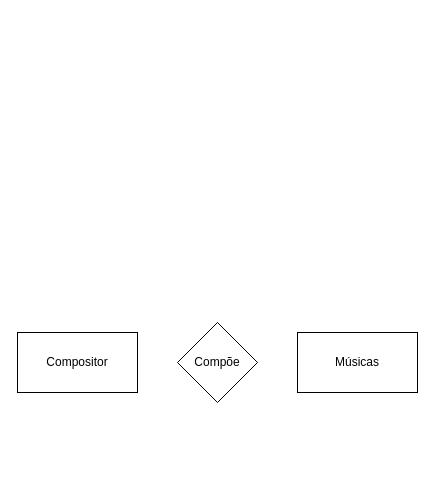
Earlier version of the draw.io diagram Lista3_11-04/Ex1.drawio (andreeeeeeeee/Engenharia_Software). Source tidied: cells renumbered, new cells numbered last; positions are measured from the earlier drawing's top-left corner, leaving out a move shared by most shapes. Both pictures are drawn from the tidied source at 100%, with x=0, y=0 at pixel (17, 322).
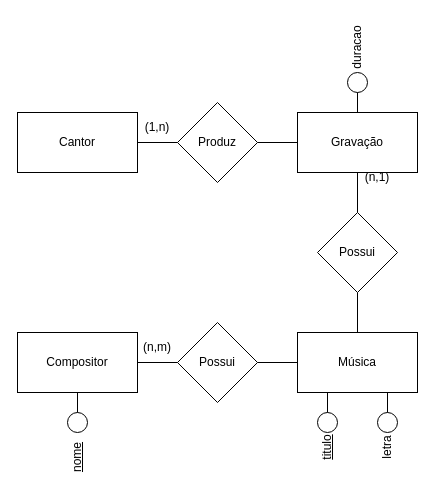
Above is the later version.

The change refers to these unchanged cells:
```xml
<mxCell id="2" value="Compositor" style="rounded=0;whiteSpace=wrap;html=1;" parent="1" vertex="1">
  <mxGeometry y="10" width="120" height="60" as="geometry" />
</mxCell>
```

Diff of the diagram source:
```diff
@@
-    <mxCell id="3" value="Compõe" style="rhombus;whiteSpace=wrap;html=1;" parent="1" vertex="1">
+    <mxCell id="3" value="Possui" style="rhombus;whiteSpace=wrap;html=1;" parent="1" vertex="1">
       <mxGeometry x="160" width="80" height="80" as="geometry" />
     </mxCell>
-    <mxCell id="4" value="Músicas" style="rounded=0;whiteSpace=wrap;html=1;" parent="1" vertex="1">
+    <mxCell id="4" value="Música" style="rounded=0;whiteSpace=wrap;html=1;" parent="1" vertex="1">
       <mxGeometry x="280" y="10" width="120" height="60" as="geometry" />
     </mxCell>
+    <mxCell id="5" value="Possui" style="rhombus;whiteSpace=wrap;html=1;" parent="1" vertex="1">
+      <mxGeometry x="300" y="-110" width="80" height="80" as="geometry" />
+    </mxCell>
+    <mxCell id="6" value="Gravação" style="rounded=0;whiteSpace=wrap;html=1;" parent="1" vertex="1">
+      <mxGeometry x="280" y="-210" width="120" height="60" as="geometry" />
+    </mxCell>
+    <mxCell id="7" value="Produz" style="rhombus;whiteSpace=wrap;html=1;" parent="1" vertex="1">
+      <mxGeometry x="160" y="-220" width="80" height="80" as="geometry" />
+    </mxCell>
+    <mxCell id="8" value="Cantor" style="rounded=0;whiteSpace=wrap;html=1;" parent="1" vertex="1">
+      <mxGeometry y="-210" width="120" height="60" as="geometry" />
+    </mxCell>
+    <mxCell id="9" style="endArrow=none;html=1;rounded=0;entryX=0;entryY=0.5;entryDx=0;entryDy=0;exitX=1;exitY=0.5;exitDx=0;exitDy=0;" parent="1" edge="1" source="8" target="7">
+      <mxGeometry relative="1" as="geometry" />
+    </mxCell>
+    <mxCell id="10" style="endArrow=none;html=1;rounded=0;exitX=1;exitY=0.5;exitDx=0;exitDy=0;" parent="1" edge="1" source="7">
+      <mxGeometry relative="1" as="geometry">
+        <mxPoint x="280" y="-180" as="targetPoint" />
+      </mxGeometry>
+    </mxCell>
+    <mxCell id="11" style="endArrow=none;html=1;rounded=0;entryX=0.5;entryY=0;entryDx=0;entryDy=0;exitX=0.5;exitY=1;exitDx=0;exitDy=0;" parent="1" edge="1" source="6" target="5">
+      <mxGeometry relative="1" as="geometry" />
+    </mxCell>
+    <mxCell id="12" style="endArrow=none;html=1;rounded=0;entryX=0.5;entryY=1;entryDx=0;entryDy=0;exitX=0.5;exitY=0;exitDx=0;exitDy=0;" parent="1" edge="1" source="4" target="5">
+      <mxGeometry relative="1" as="geometry" />
+    </mxCell>
+    <mxCell id="13" style="endArrow=none;html=1;rounded=0;exitX=1;exitY=0.5;exitDx=0;exitDy=0;entryX=0;entryY=0.5;entryDx=0;entryDy=0;" parent="1" edge="1" source="2" target="3">
+      <mxGeometry relative="1" as="geometry" />
+    </mxCell>
+    <mxCell id="14" style="endArrow=none;html=1;rounded=0;exitX=1;exitY=0.5;exitDx=0;exitDy=0;entryX=0;entryY=0.5;entryDx=0;entryDy=0;" parent="1" edge="1" source="3" target="4">
+      <mxGeometry relative="1" as="geometry" />
+    </mxCell>
+    <mxCell id="15" value="(n,m)" style="text;html=1;strokeColor=none;fillColor=none;align=center;verticalAlign=middle;whiteSpace=wrap;rounded=0;" parent="1" vertex="1">
+      <mxGeometry x="110" y="10" width="60" height="30" as="geometry" />
+    </mxCell>
+    <mxCell id="16" value="(1,n)" style="text;html=1;strokeColor=none;fillColor=none;align=center;verticalAlign=middle;whiteSpace=wrap;rounded=0;" parent="1" vertex="1">
+      <mxGeometry x="110" y="-210" width="60" height="30" as="geometry" />
+    </mxCell>
+    <mxCell id="17" value="(n,1)" style="text;html=1;strokeColor=none;fillColor=none;align=center;verticalAlign=middle;whiteSpace=wrap;rounded=0;" parent="1" vertex="1">
+      <mxGeometry x="330" y="-160" width="60" height="30" as="geometry" />
+    </mxCell>
+    <mxCell id="18" value="&lt;u&gt;titulo&lt;/u&gt;" style="text;html=1;strokeColor=none;fillColor=none;align=center;verticalAlign=middle;whiteSpace=wrap;rounded=0;rotation=-90;" parent="1" vertex="1">
+      <mxGeometry x="280" y="110" width="60" height="30" as="geometry" />
+    </mxCell>
+    <mxCell id="19" style="ellipse;whiteSpace=wrap;html=1;" parent="1" vertex="1">
+      <mxGeometry x="300" y="90" width="20" height="20" as="geometry" />
+    </mxCell>
+    <mxCell id="20" style="ellipse;whiteSpace=wrap;html=1;" parent="1" vertex="1">
+      <mxGeometry x="360" y="90" width="20" height="20" as="geometry" />
+    </mxCell>
+    <mxCell id="21" style="endArrow=none;html=1;rounded=0;entryX=0.25;entryY=1;entryDx=0;entryDy=0;" parent="1" edge="1" target="4">
+      <mxGeometry relative="1" as="geometry">
+        <mxPoint x="310" y="90" as="sourcePoint" />
+      </mxGeometry>
+    </mxCell>
+    <mxCell id="22" style="endArrow=none;html=1;rounded=0;" parent="1" edge="1">
+      <mxGeometry relative="1" as="geometry">
+        <mxPoint x="370" y="90" as="sourcePoint" />
+        <mxPoint x="370" y="70" as="targetPoint" />
+      </mxGeometry>
+    </mxCell>
+    <mxCell id="23" value="letra" style="text;html=1;strokeColor=none;fillColor=none;align=center;verticalAlign=middle;whiteSpace=wrap;rounded=0;rotation=-90;" parent="1" vertex="1">
+      <mxGeometry x="340" y="110" width="60" height="30" as="geometry" />
+    </mxCell>
+    <mxCell id="24" style="ellipse;whiteSpace=wrap;html=1;" parent="1" vertex="1">
+      <mxGeometry x="50" y="90" width="20" height="20" as="geometry" />
+    </mxCell>
+    <mxCell id="25" style="ellipse;whiteSpace=wrap;html=1;" parent="1" vertex="1">
+      <mxGeometry x="330" y="-250" width="20" height="20" as="geometry" />
+    </mxCell>
+    <mxCell id="26" style="endArrow=none;html=1;rounded=0;entryX=0.5;entryY=0;entryDx=0;entryDy=0;exitX=0.5;exitY=1;exitDx=0;exitDy=0;" parent="1" edge="1" source="25" target="6">
+      <mxGeometry relative="1" as="geometry" />
+    </mxCell>
+    <mxCell id="27" style="endArrow=none;html=1;rounded=0;entryX=0.5;entryY=1;entryDx=0;entryDy=0;exitX=0.5;exitY=0;exitDx=0;exitDy=0;" parent="1" edge="1" source="24" target="2">
+      <mxGeometry relative="1" as="geometry" />
+    </mxCell>
+    <mxCell id="28" value="duracao" style="text;html=1;strokeColor=none;fillColor=none;align=center;verticalAlign=middle;whiteSpace=wrap;rounded=0;rotation=-90;" parent="1" vertex="1">
+      <mxGeometry x="310" y="-290" width="60" height="30" as="geometry" />
+    </mxCell>
+    <mxCell id="29" value="&lt;u&gt;nome&lt;/u&gt;" style="text;html=1;strokeColor=none;fillColor=none;align=center;verticalAlign=middle;whiteSpace=wrap;rounded=0;rotation=-90;" parent="1" vertex="1">
+      <mxGeometry x="30" y="120" width="60" height="30" as="geometry" />
+    </mxCell>
```
